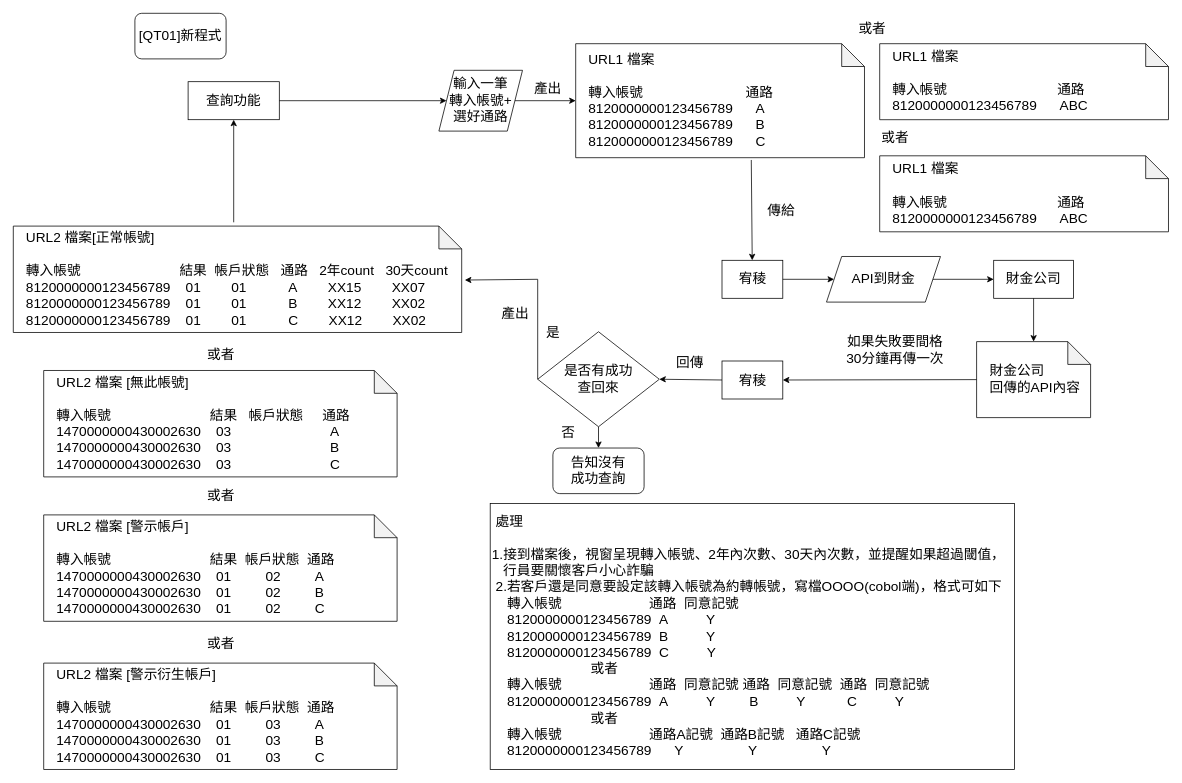
Above: page "查詢" (1 of 6) of 約轉灰名單架構.drawio in yeahyeah0606/yeahyeah0606.github.io (draw.io), before the change. Source tidied: cells renumbered, new cells numbered last; positions are measured from the earlier drawing's top-left corner, leaving out a move shared by most shapes. Both pictures are drawn from the tidied source at 76%, with x=0, y=0 at pixel (13, 13).
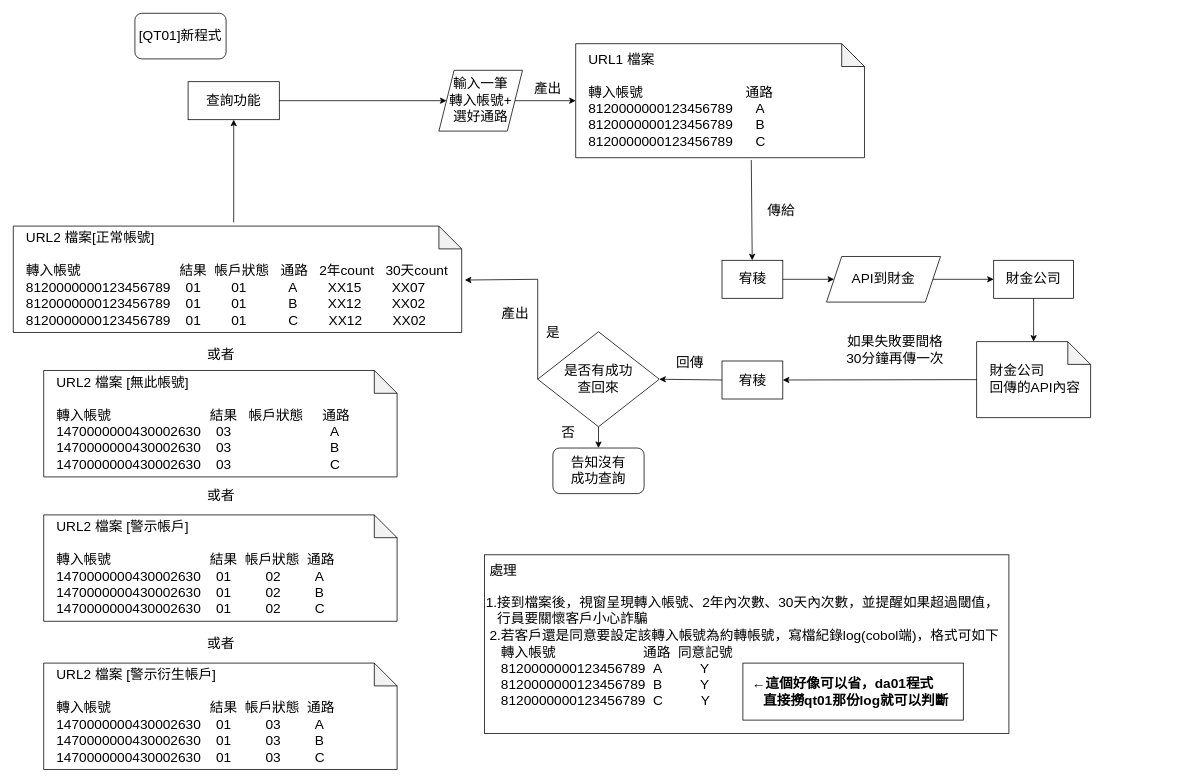
After the change.

Change to the diagram source:
```diff
@@
-    <mxCell id="19" value="&lt;font style=&quot;font-size: 18px;&quot;&gt;&amp;nbsp;處理&amp;nbsp;&lt;br&gt;&lt;br&gt;1.接到檔案後，&lt;/font&gt;&lt;font style=&quot;font-size: 18px;&quot;&gt;視窗呈現轉入帳號、2年內次數、30天內次數，並提醒如果超過閾值，&lt;br&gt;&amp;nbsp; &amp;nbsp;行員要關懷客戶小心詐騙&lt;br&gt;&amp;nbsp;2.若客戶還是同意要設定該轉入帳號為約轉帳號，寫檔OOOO(cobol端)，格式可如下&lt;br&gt;&amp;nbsp; &amp;nbsp; 轉入帳號&amp;nbsp; &amp;nbsp; &amp;nbsp; &amp;nbsp; &amp;nbsp; &amp;nbsp; &amp;nbsp; &amp;nbsp; &amp;nbsp; &amp;nbsp; &amp;nbsp; &amp;nbsp;通路&amp;nbsp; 同意記號&lt;br style=&quot;border-color: var(--border-color);&quot;&gt;&amp;nbsp; &amp;nbsp; 8120000000123456789&amp;nbsp; A&amp;nbsp; &amp;nbsp; &amp;nbsp; &amp;nbsp; &amp;nbsp; Y&lt;br&gt;&amp;nbsp; &amp;nbsp; 8120000000123456789&amp;nbsp; B&amp;nbsp; &amp;nbsp; &amp;nbsp; &amp;nbsp; &amp;nbsp; Y&lt;br&gt;&amp;nbsp; &amp;nbsp; 8120000000123456789&amp;nbsp; C&amp;nbsp; &amp;nbsp; &amp;nbsp; &amp;nbsp; &amp;nbsp; Y&lt;br&gt;&amp;nbsp; &amp;nbsp; &amp;nbsp; &amp;nbsp; &amp;nbsp; &amp;nbsp; &amp;nbsp; &amp;nbsp; &amp;nbsp; &amp;nbsp; &amp;nbsp; &amp;nbsp; &amp;nbsp; 或者&lt;br&gt;&amp;nbsp; &amp;nbsp; 轉入帳號&amp;nbsp; &amp;nbsp; &amp;nbsp; &amp;nbsp; &amp;nbsp; &amp;nbsp; &amp;nbsp; &amp;nbsp; &amp;nbsp; &amp;nbsp; &amp;nbsp; &amp;nbsp;通路&amp;nbsp; 同意記號 通路&amp;nbsp; 同意記號&amp;nbsp; 通路&amp;nbsp; 同意記號&lt;br style=&quot;border-color: var(--border-color);&quot;&gt;&amp;nbsp; &amp;nbsp; 8120000000123456789&amp;nbsp; A&amp;nbsp; &amp;nbsp; &amp;nbsp; &amp;nbsp; &amp;nbsp; Y&amp;nbsp; &amp;nbsp; &amp;nbsp; &amp;nbsp; &amp;nbsp;B&amp;nbsp; &amp;nbsp; &amp;nbsp; &amp;nbsp; &amp;nbsp; Y&amp;nbsp; &amp;nbsp; &amp;nbsp; &amp;nbsp; &amp;nbsp; &amp;nbsp;C&amp;nbsp; &amp;nbsp; &amp;nbsp; &amp;nbsp; &amp;nbsp; Y&lt;br&gt;&amp;nbsp; &amp;nbsp; &amp;nbsp; &amp;nbsp; &amp;nbsp; &amp;nbsp; &amp;nbsp; &amp;nbsp; &amp;nbsp; &amp;nbsp; &amp;nbsp; &amp;nbsp; &amp;nbsp; 或者&lt;br style=&quot;border-color: var(--border-color);&quot;&gt;&amp;nbsp; &amp;nbsp; 轉入帳號&amp;nbsp; &amp;nbsp; &amp;nbsp; &amp;nbsp; &amp;nbsp; &amp;nbsp; &amp;nbsp; &amp;nbsp; &amp;nbsp; &amp;nbsp; &amp;nbsp; &amp;nbsp;通路A記號&amp;nbsp; 通路B記號&amp;nbsp; &amp;nbsp;通路C記號&lt;br style=&quot;border-color: var(--border-color);&quot;&gt;&amp;nbsp; &amp;nbsp; 8120000000123456789&amp;nbsp; &amp;nbsp; &amp;nbsp; Y&amp;nbsp; &amp;nbsp; &amp;nbsp; &amp;nbsp; &amp;nbsp; &amp;nbsp; &amp;nbsp; &amp;nbsp; &amp;nbsp;Y&amp;nbsp; &amp;nbsp; &amp;nbsp; &amp;nbsp; &amp;nbsp; &amp;nbsp; &amp;nbsp; &amp;nbsp; &amp;nbsp;Y&lt;br&gt;&lt;/font&gt;" style="rounded=0;whiteSpace=wrap;html=1;align=left;" parent="1" vertex="1">
-      <mxGeometry x="627.5" y="645" width="690" height="350" as="geometry" />
+    <mxCell id="19" value="&lt;font style=&quot;font-size: 18px;&quot;&gt;&amp;nbsp;處理&amp;nbsp;&lt;br&gt;&lt;br&gt;1.接到檔案後，&lt;/font&gt;&lt;font style=&quot;font-size: 18px;&quot;&gt;視窗呈現轉入帳號、2年內次數、30天內次數，並提醒如果超過閾值，&lt;br&gt;&amp;nbsp; &amp;nbsp;行員要關懷客戶小心詐騙&lt;br&gt;&amp;nbsp;2.若客戶還是同意要設定該轉入帳號為約轉帳號，寫檔紀錄log(cobol端)，格式可如下&lt;br&gt;&amp;nbsp; &amp;nbsp; 轉入帳號&amp;nbsp; &amp;nbsp; &amp;nbsp; &amp;nbsp; &amp;nbsp; &amp;nbsp; &amp;nbsp; &amp;nbsp; &amp;nbsp; &amp;nbsp; &amp;nbsp; &amp;nbsp;通路&amp;nbsp; 同意記號&lt;br style=&quot;border-color: var(--border-color);&quot;&gt;&amp;nbsp; &amp;nbsp; 8120000000123456789&amp;nbsp; A&amp;nbsp; &amp;nbsp; &amp;nbsp; &amp;nbsp; &amp;nbsp; Y&lt;br&gt;&amp;nbsp; &amp;nbsp; 8120000000123456789&amp;nbsp; B&amp;nbsp; &amp;nbsp; &amp;nbsp; &amp;nbsp; &amp;nbsp; Y&lt;br&gt;&amp;nbsp; &amp;nbsp; 8120000000123456789&amp;nbsp; C&amp;nbsp; &amp;nbsp; &amp;nbsp; &amp;nbsp; &amp;nbsp; Y&lt;br&gt;&lt;br&gt;&lt;/font&gt;" style="rounded=0;whiteSpace=wrap;html=1;align=left;" parent="1" vertex="1">
+      <mxGeometry x="620" y="712.5" width="690" height="235" as="geometry" />
     </mxCell>
@@
-    <mxCell id="33" value="&lt;font style=&quot;font-size: 18px;&quot;&gt;&amp;nbsp; &amp;nbsp;URL1 檔案&lt;br&gt;&lt;br&gt;&amp;nbsp; &amp;nbsp;轉入帳號&amp;nbsp; &amp;nbsp; &amp;nbsp; &amp;nbsp; &amp;nbsp; &amp;nbsp; &amp;nbsp; &amp;nbsp; &amp;nbsp; &amp;nbsp; &amp;nbsp; &amp;nbsp; &amp;nbsp; &amp;nbsp; &amp;nbsp;通路&lt;br&gt;&amp;nbsp; &amp;nbsp;8120000000123456789&amp;nbsp; &amp;nbsp; &amp;nbsp; ABC&lt;br&gt;&lt;/font&gt;" style="shape=note;whiteSpace=wrap;html=1;backgroundOutline=1;darkOpacity=0.05;align=left;" parent="1" vertex="1">
-      <mxGeometry x="1140" y="40" width="380" height="100" as="geometry" />
-    </mxCell>
-    <mxCell id="34" value="&lt;font style=&quot;font-size: 18px;&quot;&gt;或者&lt;/font&gt;" style="text;html=1;align=center;verticalAlign=middle;strokeColor=none;fillColor=none;" parent="1" vertex="1">
-      <mxGeometry x="1100" width="60" height="40" as="geometry" />
-    </mxCell>
-    <mxCell id="35" value="&lt;font style=&quot;font-size: 18px;&quot;&gt;&amp;nbsp; &amp;nbsp;URL1 檔案&lt;br&gt;&lt;br&gt;&amp;nbsp; &amp;nbsp;轉入帳號&amp;nbsp; &amp;nbsp; &amp;nbsp; &amp;nbsp; &amp;nbsp; &amp;nbsp; &amp;nbsp; &amp;nbsp; &amp;nbsp; &amp;nbsp; &amp;nbsp; &amp;nbsp; &amp;nbsp; &amp;nbsp; &amp;nbsp;通路&lt;br&gt;&amp;nbsp; &amp;nbsp;8120000000123456789&amp;nbsp; &amp;nbsp; &amp;nbsp; ABC&lt;br&gt;&lt;/font&gt;" style="shape=note;whiteSpace=wrap;html=1;backgroundOutline=1;darkOpacity=0.05;align=left;" parent="1" vertex="1">
-      <mxGeometry x="1140" y="187.5" width="380" height="100" as="geometry" />
-    </mxCell>
-    <mxCell id="36" value="&lt;font style=&quot;font-size: 18px;&quot;&gt;或者&lt;/font&gt;" style="text;html=1;align=center;verticalAlign=middle;strokeColor=none;fillColor=none;" parent="1" vertex="1">
-      <mxGeometry x="1130" y="144" width="60" height="40" as="geometry" />
-    </mxCell>
@@
+    <mxCell id="43" value="&lt;font style=&quot;font-size: 18px;&quot;&gt;&lt;b&gt;&amp;nbsp; ←這個好像可以省，da01程式&lt;br&gt;&amp;nbsp; &amp;nbsp; &amp;nbsp;直接撈qt01那份log就可以判斷&lt;/b&gt;&lt;/font&gt;" style="rounded=0;whiteSpace=wrap;html=1;align=left;" parent="1" vertex="1">
+      <mxGeometry x="960" y="855" width="290" height="75" as="geometry" />
+    </mxCell>
```
